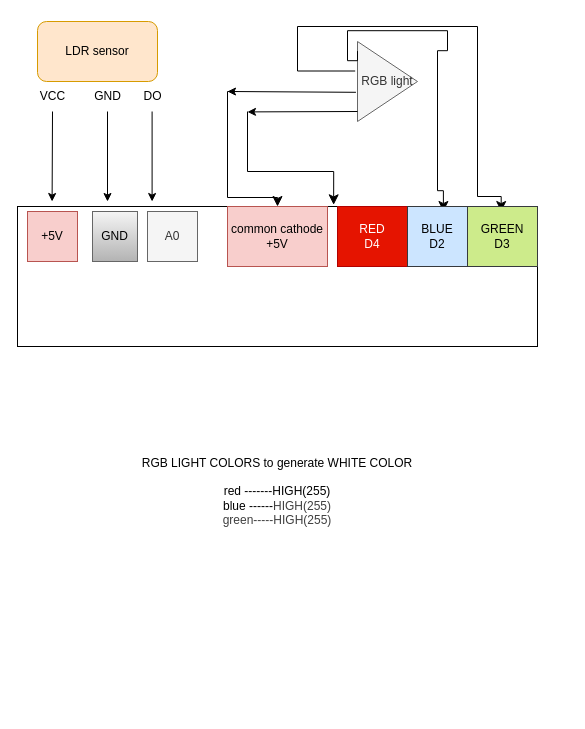
This is diagram.drawio from shirshadip/AutomaticLamp, a draw.io file, before an edit. Source tidied: cells renumbered, new cells numbered last; positions are measured from the earlier drawing's top-left corner, leaving out a move shared by most shapes. Both pictures are drawn from the tidied source at 100%, with x=0, y=0 at pixel (17, 21).
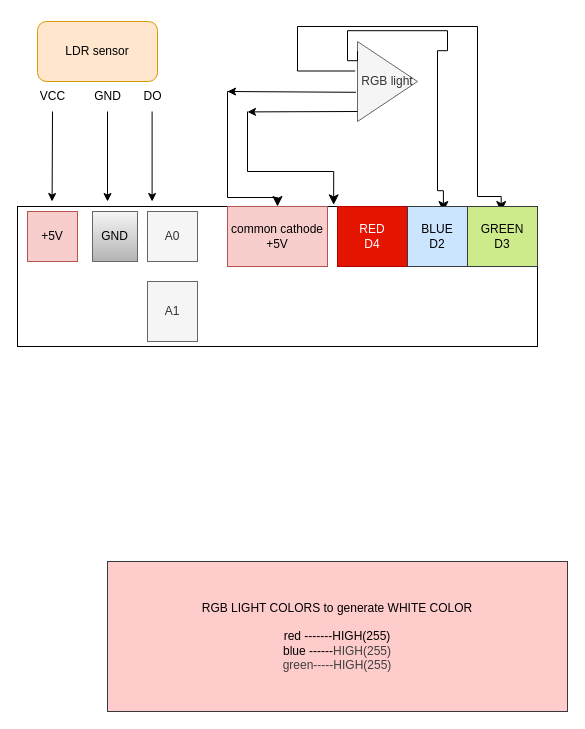
After the change.

Commit message:
diagram drawing

Change to the diagram source:
```diff
@@
-    <mxCell id="24" value="RGB LIGHT COLORS to generate WHITE COLOR&lt;div&gt;&lt;br&gt;&lt;/div&gt;&lt;div&gt;red -------HIGH(255)&lt;/div&gt;&lt;div&gt;blue ------&lt;span style=&quot;color: rgb(63, 63, 63); background-color: transparent;&quot;&gt;HIGH(255)&lt;/span&gt;&lt;/div&gt;&lt;div&gt;&lt;span style=&quot;color: rgb(63, 63, 63); background-color: transparent;&quot;&gt;green-----&lt;/span&gt;&lt;span style=&quot;color: rgb(63, 63, 63); background-color: transparent;&quot;&gt;HIGH(255)&lt;/span&gt;&lt;/div&gt;" style="text;html=1;align=center;verticalAlign=middle;whiteSpace=wrap;rounded=0;" parent="1" vertex="1">
-      <mxGeometry x="30" y="395" width="460" height="150" as="geometry" />
+    <mxCell id="24" value="RGB LIGHT COLORS to generate WHITE COLOR&lt;div&gt;&lt;br&gt;&lt;/div&gt;&lt;div&gt;red -------HIGH(255)&lt;/div&gt;&lt;div&gt;blue ------&lt;span style=&quot;color: rgb(63, 63, 63); background-color: transparent;&quot;&gt;HIGH(255)&lt;/span&gt;&lt;/div&gt;&lt;div&gt;&lt;span style=&quot;color: rgb(63, 63, 63); background-color: transparent;&quot;&gt;green-----&lt;/span&gt;&lt;span style=&quot;color: rgb(63, 63, 63); background-color: transparent;&quot;&gt;HIGH(255)&lt;/span&gt;&lt;/div&gt;" style="text;html=1;align=center;verticalAlign=middle;whiteSpace=wrap;rounded=0;fillColor=#ffcccc;strokeColor=#36393d;" parent="1" vertex="1">
+      <mxGeometry x="90" y="540" width="460" height="150" as="geometry" />
     </mxCell>
+    <mxCell id="25" value="A1" style="whiteSpace=wrap;html=1;fillColor=#f5f5f5;fontColor=#333333;strokeColor=#666666;" parent="1" vertex="1">
+      <mxGeometry x="130" y="260" width="50" height="60" as="geometry" />
+    </mxCell>
```
